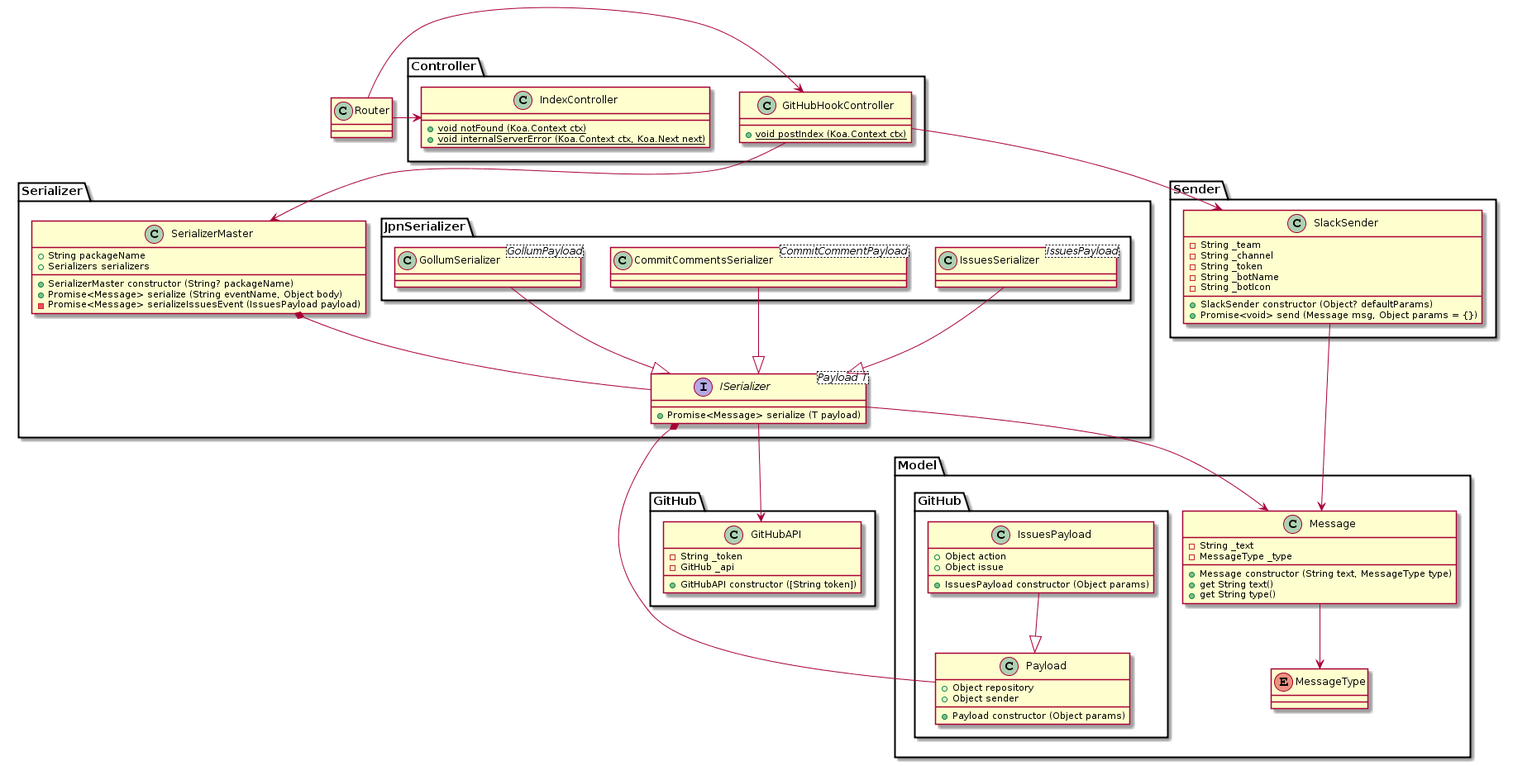
snakazawa/github2slack keeps this PlantUML diagram as documents/class.png. Above is the earlier version.
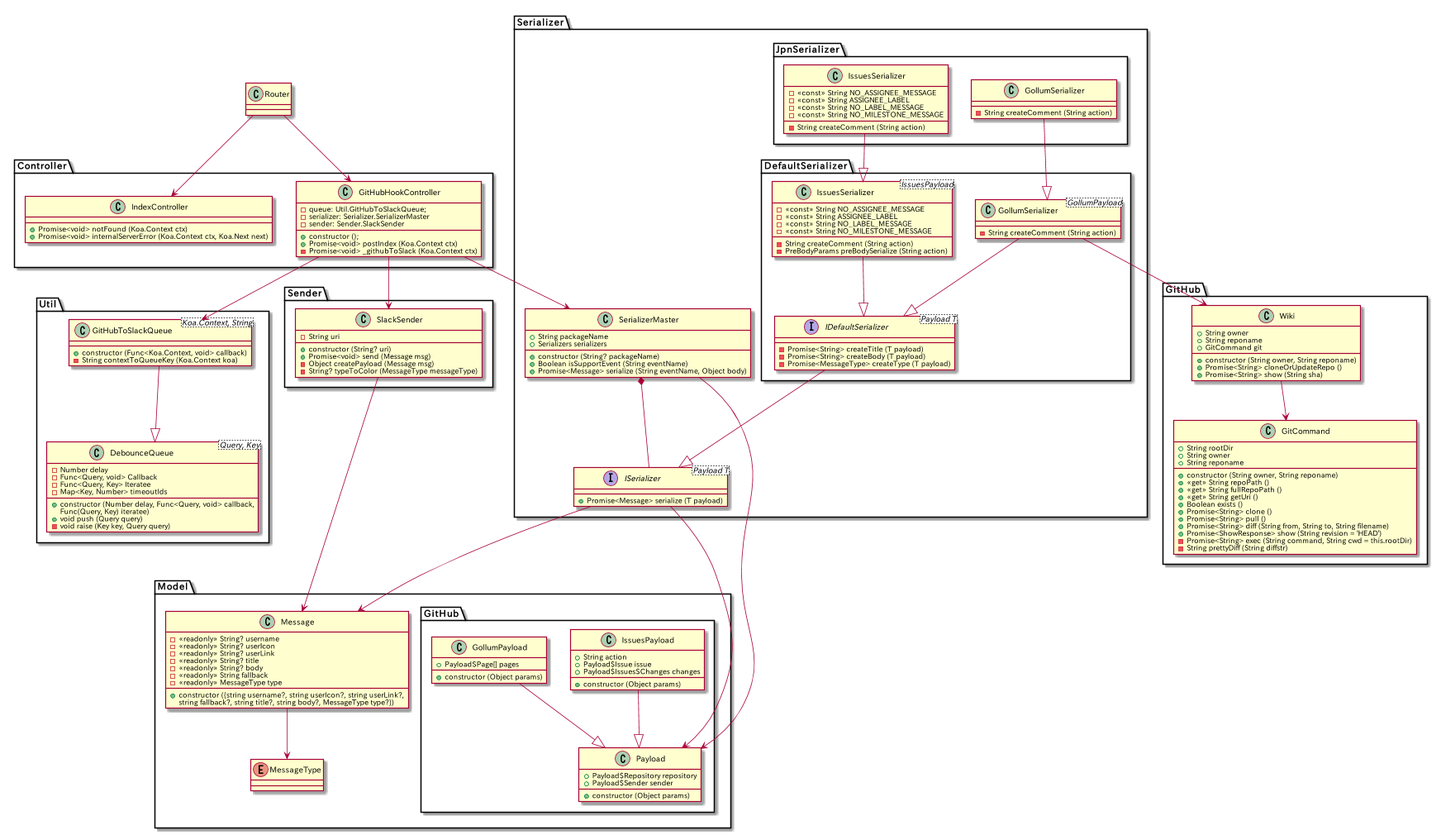
The same file after the commit.

Commit message:
update class diagram

What changed in the source:
```diff
@@ -5,46 +5,68 @@
 Router -> Controller.IndexController
 
 namespace Controller {
+    class IndexController {
+        + Promise<void> notFound (Koa.Context ctx)
+        + Promise<void> internalServerError (Koa.Context ctx, Koa.Next next)
+    }
+
     class GitHubHookController {
-        + {static} void postIndex (Koa.Context ctx)
+        - queue: Util.GitHubToSlackQueue;
+        - serializer: Serializer.SerializerMaster
+        - sender: Sender.SlackSender
+
+        + constructor ();
+        + Promise<void> postIndex (Koa.Context ctx)
+        - Promise<void> _githubToSlack (Koa.Context ctx)
     }
 
     GitHubHookController --> Serializer.SerializerMaster
     GitHubHookController --> Sender.SlackSender
-
-    class IndexController {
-        + {static} void notFound (Koa.Context ctx)
-        + {static} void internalServerError (Koa.Context ctx, Koa.Next next)
-    }
+    GitHubHookController --> Util.GitHubToSlackQueue
 }
 
 namespace Model {
     class Message {
-        - String _text
-        - MessageType _type
-        + Message constructor (String text, MessageType type)
-        + get String text()
-        + get String type()
+        - <<readonly>> String? username
+        - <<readonly>> String? userIcon
+        - <<readonly>> String? userLink
+        - <<readonly>> String? title
+        - <<readonly>> String? body
+        - <<readonly>> String fallback
+        - <<readonly>> MessageType type
+
+        + constructor ({string username?, string userIcon?, string userLink?,
+                                string fallback?, string title?, string body?, MessageType type?})
     }
 
     enum MessageType
 
-    Message --> MessageType
+    Message --> Model.MessageType
 
     namespace GitHub {
         class Payload {
-            + Object repository
-            + Object sender
-            + Payload constructor (Object params)
+            + Payload$Repository repository
+            + Payload$Sender sender
+
+            + constructor (Object params)
         }
 
         class IssuesPayload {
-            + Object action
-            + Object issue
-            + IssuesPayload constructor (Object params)
+            + String action
+            + Payload$Issue issue
+            + Payload$Issues$Changes changes
+
+            + constructor (Object params)
         }
 
-        IssuesPayload --|> Payload
+        class GollumPayload {
+            + Payload$Page[] pages
+
+            + constructor (Object params)
+        }
+
+        IssuesPayload --|> Model.GitHub.Payload
+        GollumPayload --|> Model.GitHub.Payload
     }
 }
 
@@ -52,50 +74,132 @@
     class SerializerMaster {
         + String packageName
         + Serializers serializers
-        + SerializerMaster constructor (String? packageName)
+
+        + constructor (String? packageName)
+        + Boolean isSupportEvent (String eventName)
         + Promise<Message> serialize (String eventName, Object body)
-        - Promise<Message> serializeIssuesEvent (IssuesPayload payload)
     }
+
+    SerializerMaster --> Model.GitHub.Payload
+    SerializerMaster *-- ISerializer
 
     interface ISerializer<Payload T> {
         + Promise<Message> serialize (T payload)
     }
 
-    SerializerMaster *-- ISerializer
     ISerializer --> Model.Message
-    ISerializer --> GitHub.GitHubAPI
-    ISerializer *-- Model.GitHub.Payload
+    ISerializer --> Model.GitHub.Payload
+
+    namespace DefaultSerializer {
+        interface IDefaultSerializer<Payload T> {
+            - Promise<String> createTitle (T payload)
+            - Promise<String> createBody (T payload)
+            - Promise<MessageType> createType (T payload)
+        }
+
+        IDefaultSerializer --|> Serializer.ISerializer
+
+        class IssuesSerializer<IssuesPayload> {
+            - <<const>> String NO_ASSIGNEE_MESSAGE
+            - <<const>> String ASSIGNEE_LABEL
+            - <<const>> String NO_LABEL_MESSAGE
+            - <<const>> String NO_MILESTONE_MESSAGE
+            - String createComment (String action)
+            - PreBodyParams preBodySerialize (String action)
+        }
+
+        IssuesSerializer --|> Serializer.DefaultSerializer.IDefaultSerializer
+
+        class GollumSerializer<GollumPayload> {
+            - String createComment (String action)
+        }
+
+        GollumSerializer --|> Serializer.DefaultSerializer.IDefaultSerializer
+        GollumSerializer --> GitHub.Wiki
+    }
 
     namespace JpnSerializer {
-        class IssuesSerializer<IssuesPayload>
-        class CommitCommentsSerializer<CommitCommentPayload>
-        class GollumSerializer<GollumPayload>
+        class IssuesSerializer {
+            - <<const>> String NO_ASSIGNEE_MESSAGE
+            - <<const>> String ASSIGNEE_LABEL
+            - <<const>> String NO_LABEL_MESSAGE
+            - <<const>> String NO_MILESTONE_MESSAGE
 
-        IssuesSerializer --|> Serializer.ISerializer
-        CommitCommentsSerializer --|> Serializer.ISerializer
-        GollumSerializer --|> Serializer.ISerializer
+            - String createComment (String action)
+        }
+
+        class GollumSerializer {
+            - String createComment (String action)
+        }
+
+        IssuesSerializer --|> Serializer.DefaultSerializer.IssuesSerializer
+        GollumSerializer --|> Serializer.DefaultSerializer.GollumSerializer
     }
 }
 
 namespace Sender {
     class SlackSender {
-        - String _team
-        - String _channel
-        - String _token
-        - String _botName
-        - String _botIcon
-        + SlackSender constructor (Object? defaultParams)
-        + Promise<void> send (Message msg, Object params = {})
+        - String uri
+
+        + constructor (String? uri)
+        + Promise<void> send (Message msg)
+        - Object createPayload (Message msg)
+        - String? typeToColor (MessageType messageType)
     }
 
     SlackSender --> Model.Message
 }
 
 namespace GitHub {
-    class GitHubAPI {
-        - String _token
-        - GitHub _api
-        + GitHubAPI constructor ([String token])
+    class GitCommand {
+        + String rootDir
+        + String owner
+        + String reponame
+
+        + constructor (String owner, String reponame)
+        + <<get>> String repoPath ()
+        + <<get>> String fullRepoPath ()
+        + <<get>> String getUri ()
+        + Boolean exists ()
+        + Promise<String> clone ()
+        + Promise<String> pull ()
+        + Promise<String> diff (String from, String to, String filename)
+        + Promise<ShowResponse> show (String revision = 'HEAD')
+        - Promise<String> exec (String command, String cwd = this.rootDir)
+        - String prettyDiff (String diffstr)
     }
+
+    class Wiki {
+        + String owner
+        + String reponame
+        + GitCommand git
+
+        + constructor (String owner, String reponame)
+        + Promise<String> cloneOrUpdateRepo ()
+        + Promise<String> show (String sha)
+    }
+
+    Wiki --> GitHub.GitCommand
+}
+
+namespace Util {
+    class DebounceQueue<Query, Key> {
+        - Number delay
+        - Func<Query, void> Callback
+        - Func<Query, Key> Iteratee
+        - Map<Key, Number> timeoutIds
+
+        + constructor (Number delay, Func<Query, void> callback,
+                     Func(Query, Key) iteratee)
+        + void push (Query query)
+        - void raise (Key key, Query query)
+    }
+
+    class GitHubToSlackQueue<Koa.Context, String> {
+        + constructor (Func<Koa.Context, void> callback)
+        - String contextToQueueKey (Koa.Context koa)
+    }
+
+    GitHubToSlackQueue --|> Util.DebounceQueue
 }
 @enduml
```
